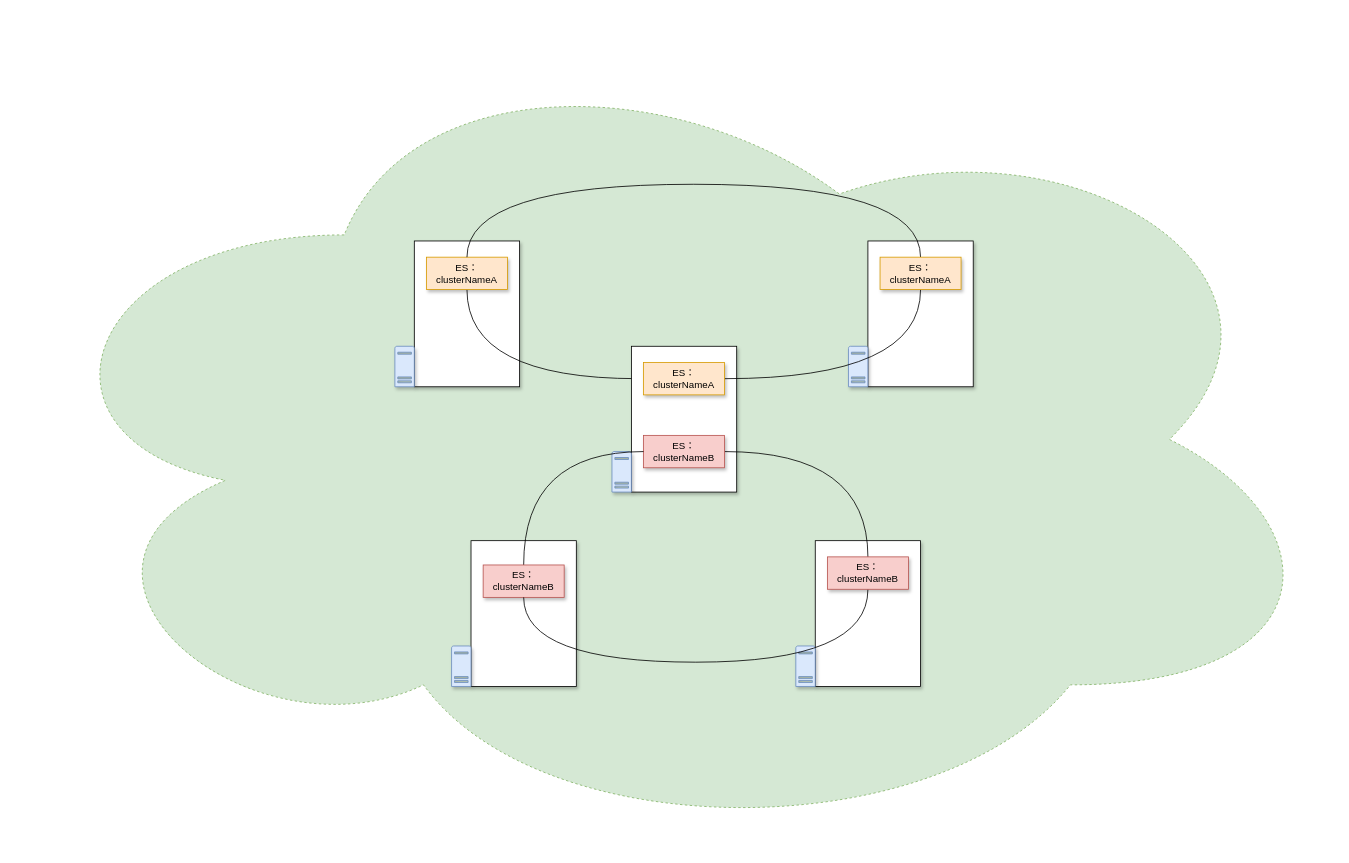
This is page "第 1 页" (1 of 4) of drawio/ES架构.drawio from 1715277231/documents, a draw.io file, before an edit. Source tidied: cells renumbered, new cells numbered last; positions are measured from the earlier drawing's top-left corner, leaving out a move shared by most shapes. Both pictures are drawn from the tidied source at 81%, with x=0, y=0 at pixel (14, 30).
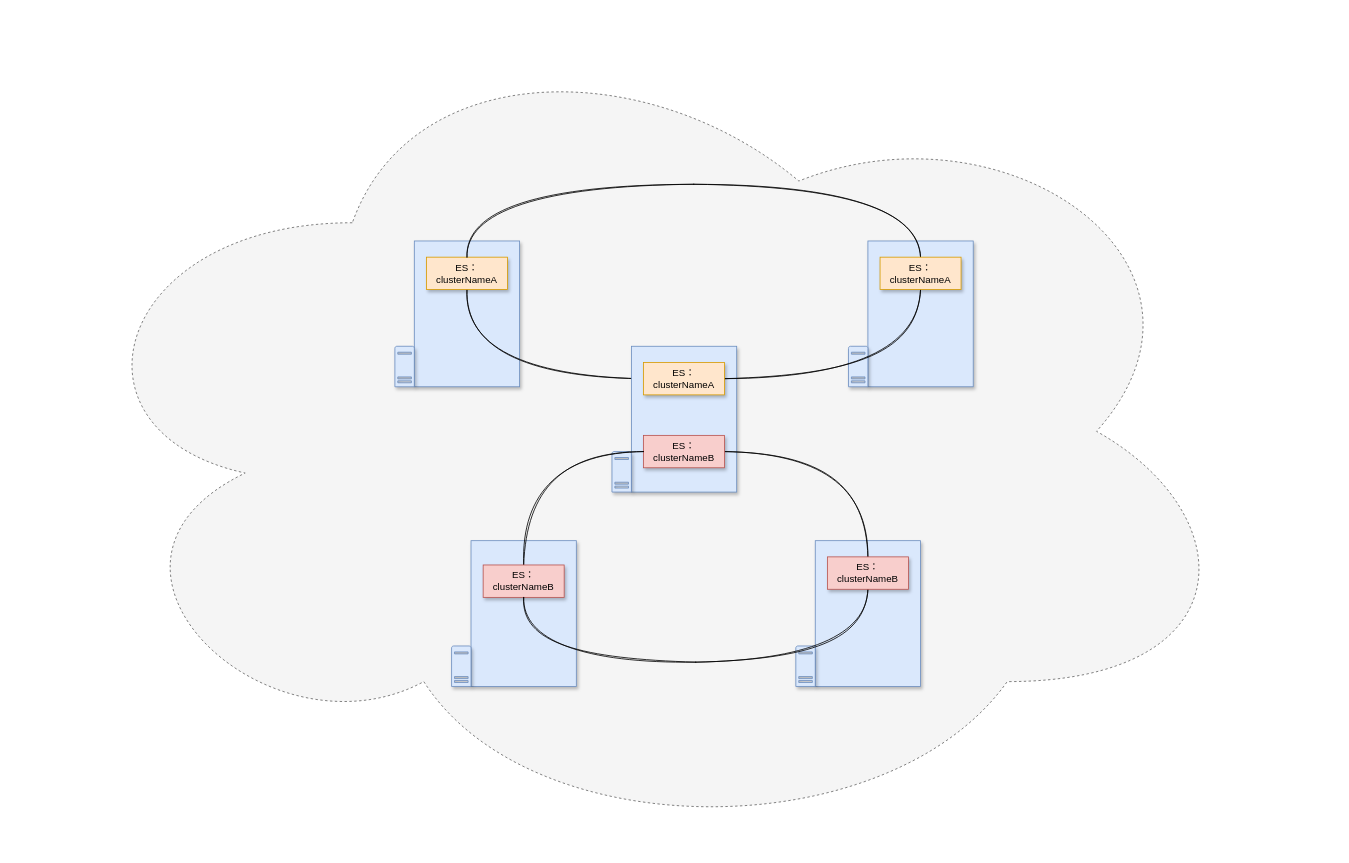
The same page after the edit.

Unchanged cells that the change refers to:
```xml
<mxCell id="6" value="ES：clusterNameA" style="rounded=0;whiteSpace=wrap;html=1;fillColor=#ffe6cc;strokeColor=#d79b00;shadow=1;" parent="1" vertex="1">
  <mxGeometry x="509" y="280" width="100" height="40" as="geometry" />
</mxCell>
<mxCell id="16" value="ES：clusterNameA" style="rounded=0;whiteSpace=wrap;html=1;fillColor=#ffe6cc;strokeColor=#d79b00;shadow=1;" parent="1" vertex="1">
  <mxGeometry x="777" y="410" width="100" height="40" as="geometry" />
</mxCell>
<mxCell id="18" value="ES：clusterNameA" style="rounded=0;whiteSpace=wrap;html=1;fillColor=#ffe6cc;strokeColor=#d79b00;shadow=1;" parent="1" vertex="1">
  <mxGeometry x="1069" y="280" width="100" height="40" as="geometry" />
</mxCell>
<mxCell id="20" value="ES：clusterNameB" style="rounded=0;whiteSpace=wrap;html=1;fillColor=#f8cecc;strokeColor=#b85450;shadow=1;" parent="1" vertex="1">
  <mxGeometry x="777" y="500" width="100" height="40" as="geometry" />
</mxCell>
<mxCell id="22" value="ES：clusterNameB" style="rounded=0;whiteSpace=wrap;html=1;fillColor=#f8cecc;strokeColor=#b85450;shadow=1;" parent="1" vertex="1">
  <mxGeometry x="579" y="660" width="100" height="40" as="geometry" />
</mxCell>
<mxCell id="24" value="ES：clusterNameB" style="rounded=0;whiteSpace=wrap;html=1;fillColor=#f8cecc;strokeColor=#b85450;shadow=1;" parent="1" vertex="1">
  <mxGeometry x="1004" y="650" width="100" height="40" as="geometry" />
</mxCell>
```

What changed in the source:
```diff
@@
-    <mxCell id="2" style="ellipse;shape=cloud;whiteSpace=wrap;html=1;shadow=0;dashed=1;fillColor=#d5e8d4;strokeColor=#82b366;" parent="1" vertex="1">
-      <mxGeometry width="1630" height="1010" as="geometry" />
+    <mxCell id="2" style="ellipse;shape=cloud;whiteSpace=wrap;html=1;shadow=0;dashed=1;fillColor=#f5f5f5;strokeColor=#666666;fontColor=#333333;gradientColor=none;" parent="1" vertex="1">
+      <mxGeometry x="50" y="-20" width="1470" height="1030" as="geometry" />
     </mxCell>
-    <mxCell id="3" style="rounded=0;whiteSpace=wrap;html=1;shadow=1;" parent="1" vertex="1">
+    <mxCell id="3" style="rounded=0;whiteSpace=wrap;html=1;shadow=1;fillColor=#dae8fc;strokeColor=#6c8ebf;" parent="1" vertex="1">
       <mxGeometry x="494" y="260" width="130" height="180" as="geometry" />
     </mxCell>
@@
-    <mxCell id="5" style="edgeStyle=orthogonalEdgeStyle;rounded=0;jettySize=auto;html=1;entryX=0;entryY=0.5;entryDx=0;entryDy=0;curved=1;exitX=0.5;exitY=1;exitDx=0;exitDy=0;" parent="1" edge="1" source="6" target="16">
+    <mxCell id="5" style="edgeStyle=orthogonalEdgeStyle;rounded=0;jettySize=auto;html=1;entryX=0;entryY=0.5;entryDx=0;entryDy=0;curved=1;exitX=0.5;exitY=1;exitDx=0;exitDy=0;sketch=1;curveFitting=1;jiggle=2;" parent="1" edge="1" source="6" target="16">
       <mxGeometry relative="1" as="geometry" />
     </mxCell>
@@
-    <mxCell id="7" style="rounded=0;whiteSpace=wrap;html=1;shadow=1;" parent="1" vertex="1">
+    <mxCell id="7" style="rounded=0;whiteSpace=wrap;html=1;shadow=1;fillColor=#dae8fc;strokeColor=#6c8ebf;" parent="1" vertex="1">
       <mxGeometry x="762" y="390" width="130" height="180" as="geometry" />
     </mxCell>
-    <mxCell id="8" style="rounded=0;whiteSpace=wrap;html=1;shadow=1;" parent="1" vertex="1">
+    <mxCell id="8" style="rounded=0;whiteSpace=wrap;html=1;shadow=1;fillColor=#dae8fc;strokeColor=#6c8ebf;" parent="1" vertex="1">
       <mxGeometry x="1054" y="260" width="130" height="180" as="geometry" />
     </mxCell>
@@
-    <mxCell id="11" style="rounded=0;whiteSpace=wrap;html=1;shadow=1;" parent="1" vertex="1">
+    <mxCell id="11" style="rounded=0;whiteSpace=wrap;html=1;shadow=1;fillColor=#dae8fc;strokeColor=#6c8ebf;" parent="1" vertex="1">
       <mxGeometry x="564" y="630" width="130" height="180" as="geometry" />
     </mxCell>
@@
-    <mxCell id="13" style="rounded=0;whiteSpace=wrap;html=1;shadow=1;" parent="1" vertex="1">
+    <mxCell id="13" style="rounded=0;whiteSpace=wrap;html=1;shadow=1;fillColor=#dae8fc;strokeColor=#6c8ebf;" parent="1" vertex="1">
       <mxGeometry x="989" y="630" width="130" height="180" as="geometry" />
     </mxCell>
@@
-    <mxCell id="15" style="edgeStyle=orthogonalEdgeStyle;rounded=0;jettySize=auto;html=1;entryX=0.5;entryY=1;entryDx=0;entryDy=0;curved=1;endArrow=none;endFill=0;" parent="1" edge="1" source="16" target="18">
+    <mxCell id="15" style="edgeStyle=orthogonalEdgeStyle;rounded=0;jettySize=auto;html=1;entryX=0.5;entryY=1;entryDx=0;entryDy=0;curved=1;endArrow=none;endFill=0;sketch=1;curveFitting=1;jiggle=2;" parent="1" edge="1" source="16" target="18">
       <mxGeometry relative="1" as="geometry" />
     </mxCell>
@@
-    <mxCell id="17" style="edgeStyle=orthogonalEdgeStyle;rounded=0;jettySize=auto;html=1;entryX=0.5;entryY=0;entryDx=0;entryDy=0;curved=1;endArrow=none;endFill=0;" parent="1" edge="1" source="18" target="6">
+    <mxCell id="17" style="edgeStyle=orthogonalEdgeStyle;rounded=0;jettySize=auto;html=1;entryX=0.5;entryY=0;entryDx=0;entryDy=0;curved=1;endArrow=none;endFill=0;sketch=1;curveFitting=1;jiggle=2;" parent="1" edge="1" source="18" target="6">
       <mxGeometry relative="1" as="geometry">
         <Array as="points">
           <mxPoint x="1119" y="190" />
           <mxPoint x="559" y="190" />
         </Array>
       </mxGeometry>
     </mxCell>
@@
-    <mxCell id="19" style="edgeStyle=orthogonalEdgeStyle;rounded=0;jettySize=auto;html=1;entryX=0.5;entryY=0;entryDx=0;entryDy=0;curved=1;endArrow=none;endFill=0;" parent="1" edge="1" source="20" target="24">
+    <mxCell id="19" style="edgeStyle=orthogonalEdgeStyle;rounded=0;jettySize=auto;html=1;entryX=0.5;entryY=0;entryDx=0;entryDy=0;curved=1;endArrow=none;endFill=0;sketch=1;curveFitting=1;jiggle=2;" parent="1" edge="1" source="20" target="24">
       <mxGeometry relative="1" as="geometry" />
     </mxCell>
@@
-    <mxCell id="21" style="edgeStyle=orthogonalEdgeStyle;rounded=0;jettySize=auto;html=1;entryX=0;entryY=0.5;entryDx=0;entryDy=0;curved=1;exitX=0.5;exitY=0;exitDx=0;exitDy=0;endArrow=none;endFill=0;" parent="1" edge="1" source="22" target="20">
+    <mxCell id="21" style="edgeStyle=orthogonalEdgeStyle;rounded=0;jettySize=auto;html=1;entryX=0;entryY=0.5;entryDx=0;entryDy=0;curved=1;exitX=0.5;exitY=0;exitDx=0;exitDy=0;endArrow=none;endFill=0;sketch=1;curveFitting=1;jiggle=2;" parent="1" edge="1" source="22" target="20">
       <mxGeometry relative="1" as="geometry" />
     </mxCell>
@@
-    <mxCell id="23" style="edgeStyle=orthogonalEdgeStyle;rounded=0;jettySize=auto;html=1;entryX=0.5;entryY=1;entryDx=0;entryDy=0;curved=1;endArrow=none;endFill=0;" parent="1" edge="1" source="24" target="22">
+    <mxCell id="23" style="edgeStyle=orthogonalEdgeStyle;rounded=0;jettySize=auto;html=1;entryX=0.5;entryY=1;entryDx=0;entryDy=0;curved=1;endArrow=none;endFill=0;sketch=1;curveFitting=1;jiggle=2;" parent="1" edge="1" source="24" target="22">
       <mxGeometry relative="1" as="geometry">
         <Array as="points">
           <mxPoint x="1054" y="780" />
           <mxPoint x="629" y="780" />
         </Array>
       </mxGeometry>
     </mxCell>
```
